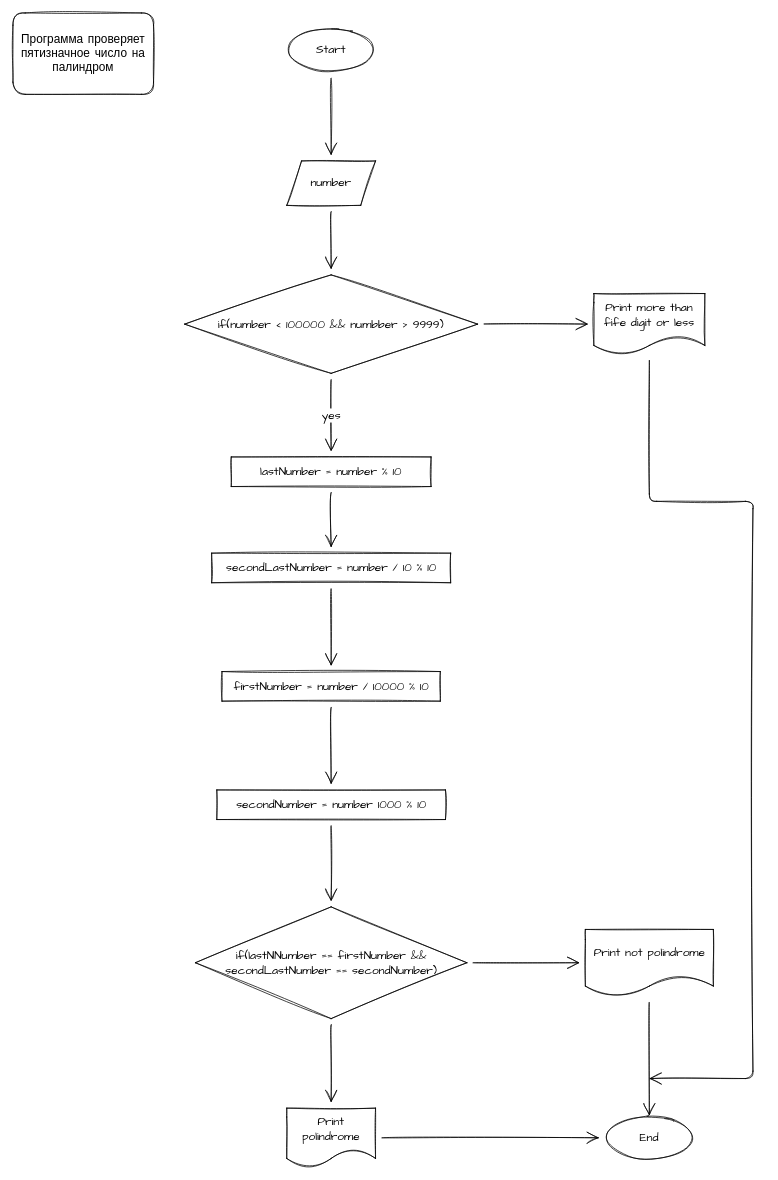
Fostix/LoLTasks keeps this draw.io diagram as Task21Palindrome/flowchart.drawio. Above is the earlier version. Source tidied: cells renumbered, new cells numbered last; positions are measured from the earlier drawing's top-left corner, leaving out a move shared by most shapes. Both pictures are drawn from the tidied source at 74%, with x=0, y=0 at pixel (13, 13).
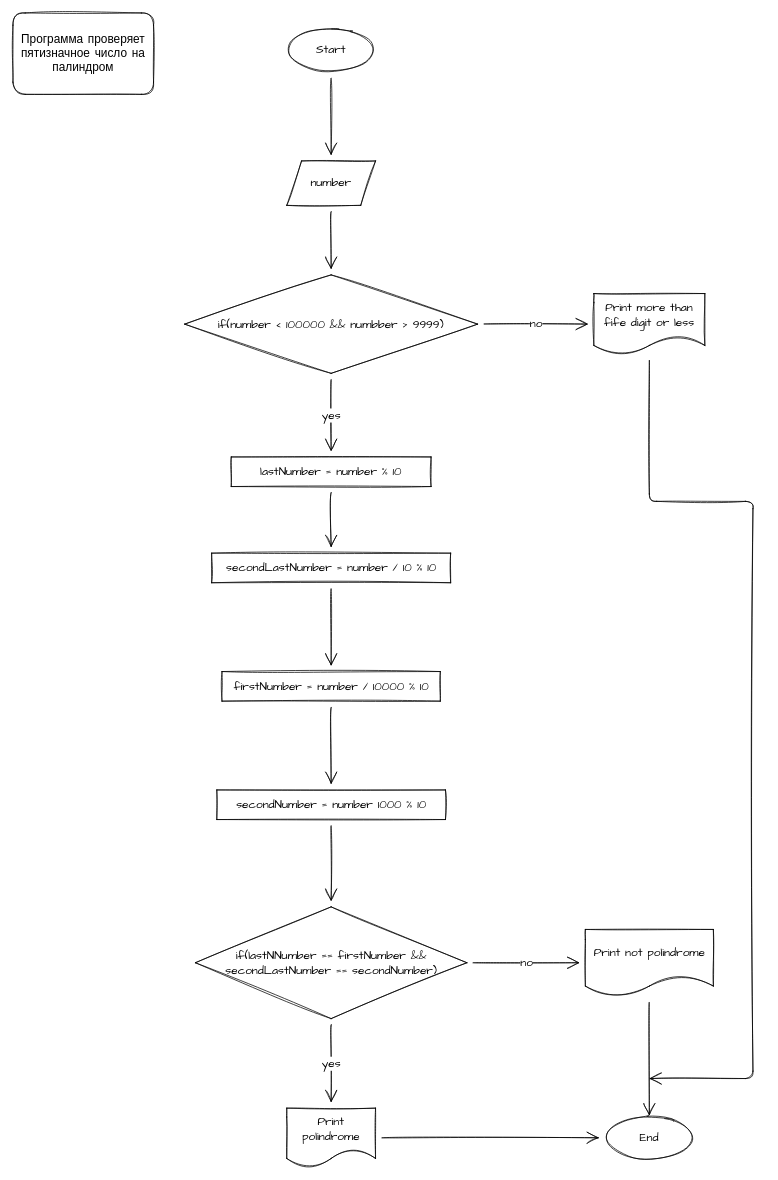
The same page after the edit.

Commit message (it also covers changes not shown here):
forget add no in flowchart

The change refers to these unchanged cells:
```xml
<mxCell id="9" value="if(number &amp;lt; 100000 &amp;amp;&amp;amp; numbber &amp;gt; 9999)" style="rhombus;whiteSpace=wrap;html=1;sketch=1;hachureGap=4;fontFamily=Architects Daughter;fontSize=16;" parent="1" vertex="1">
  <mxGeometry x="232" y="354" width="396" height="133" as="geometry" />
</mxCell>
<mxCell id="19" value="Print more than fife digit or less" style="shape=document;whiteSpace=wrap;html=1;boundedLbl=1;sketch=1;hachureGap=4;fontFamily=Architects Daughter;fontSize=16;" parent="1" vertex="1">
  <mxGeometry x="785" y="379.2" width="150" height="82.5" as="geometry" />
</mxCell>
<mxCell id="22" value="if(lastNNumber == firstNumber &amp;amp;&amp;amp; secondLastNumber == secondNumber)" style="rhombus;whiteSpace=wrap;html=1;sketch=1;hachureGap=4;fontFamily=Architects Daughter;fontSize=16;" parent="1" vertex="1">
  <mxGeometry x="246.5" y="1208" width="367" height="151" as="geometry" />
</mxCell>
<mxCell id="24" value="Print polindrome" style="shape=document;whiteSpace=wrap;html=1;boundedLbl=1;sketch=1;hachureGap=4;fontFamily=Architects Daughter;fontSize=16;" parent="1" vertex="1">
  <mxGeometry x="370" y="1480" width="120" height="80" as="geometry" />
</mxCell>
<mxCell id="27" value="Print not polindrome" style="shape=document;whiteSpace=wrap;html=1;boundedLbl=1;sketch=1;hachureGap=4;fontFamily=Architects Daughter;fontSize=16;" parent="1" vertex="1">
  <mxGeometry x="773.5" y="1238.5" width="173" height="90" as="geometry" />
</mxCell>
```

What changed in the source:
```diff
@@
-    <mxCell id="8" style="edgeStyle=none;curved=1;rounded=0;sketch=1;hachureGap=4;jettySize=auto;html=1;fontFamily=Architects Daughter;fontSize=16;endArrow=open;startSize=14;endSize=14;sourcePerimeterSpacing=8;targetPerimeterSpacing=8;" parent="1" edge="1" source="9" target="19">
+    <mxCell id="8" value="no" style="edgeStyle=none;curved=1;rounded=0;sketch=1;hachureGap=4;jettySize=auto;html=1;fontFamily=Architects Daughter;fontSize=16;endArrow=open;startSize=14;endSize=14;sourcePerimeterSpacing=8;targetPerimeterSpacing=8;" parent="1" edge="1" source="9" target="19">
       <mxGeometry relative="1" as="geometry" />
     </mxCell>
@@
-    <mxCell id="20" style="edgeStyle=none;curved=1;rounded=0;sketch=1;hachureGap=4;jettySize=auto;html=1;fontFamily=Architects Daughter;fontSize=16;endArrow=open;startSize=14;endSize=14;sourcePerimeterSpacing=8;targetPerimeterSpacing=8;" parent="1" edge="1" source="22" target="24">
+    <mxCell id="20" value="yes" style="edgeStyle=none;curved=1;rounded=0;sketch=1;hachureGap=4;jettySize=auto;html=1;fontFamily=Architects Daughter;fontSize=16;endArrow=open;startSize=14;endSize=14;sourcePerimeterSpacing=8;targetPerimeterSpacing=8;" parent="1" edge="1" source="22" target="24">
       <mxGeometry relative="1" as="geometry" />
     </mxCell>
-    <mxCell id="21" style="edgeStyle=none;curved=1;rounded=0;sketch=1;hachureGap=4;jettySize=auto;html=1;fontFamily=Architects Daughter;fontSize=16;endArrow=open;startSize=14;endSize=14;sourcePerimeterSpacing=8;targetPerimeterSpacing=8;" parent="1" edge="1" source="22" target="27">
+    <mxCell id="21" value="no" style="edgeStyle=none;curved=1;rounded=0;sketch=1;hachureGap=4;jettySize=auto;html=1;fontFamily=Architects Daughter;fontSize=16;endArrow=open;startSize=14;endSize=14;sourcePerimeterSpacing=8;targetPerimeterSpacing=8;" parent="1" edge="1" source="22" target="27">
       <mxGeometry relative="1" as="geometry" />
     </mxCell>
```
